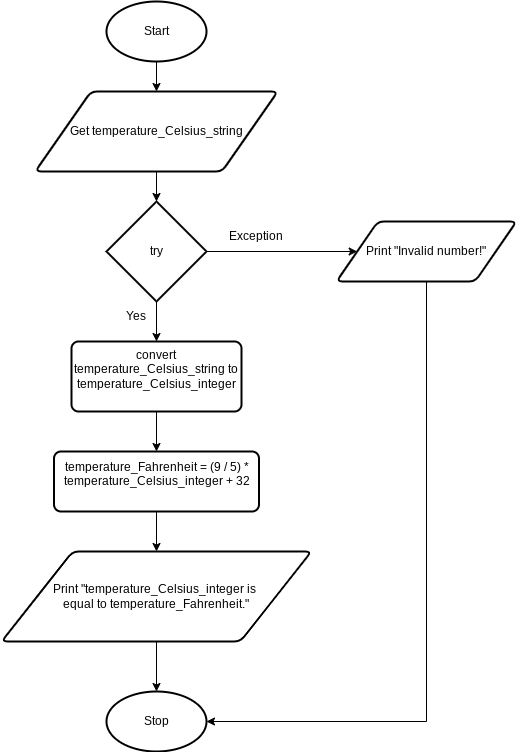
The draw.io diagram design.temperature.flowchart.png in Yiyun-Qin/ICS3U-Unit5-01-Python, before a commit. Source tidied: cells renumbered, new cells last; positions are measured from the earlier drawing's top-left corner, leaving out a move shared by most shapes.
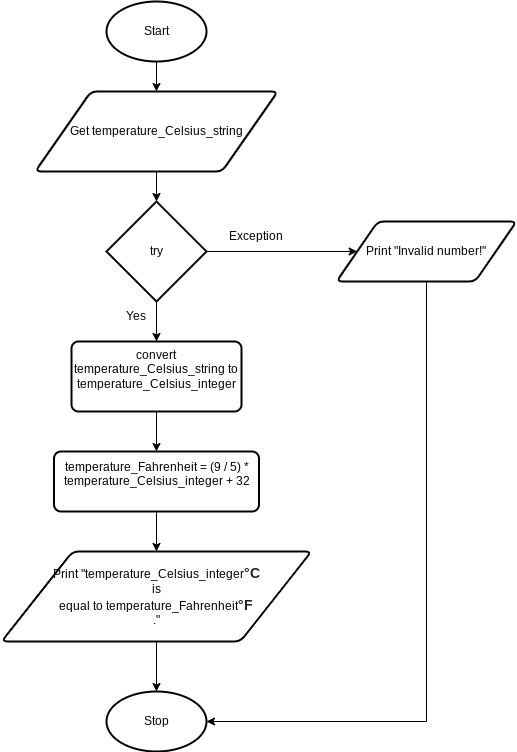
After the change.

Change to the diagram source:
```diff
@@ -47,7 +47,7 @@
     <mxCell id="16" style="edgeStyle=orthogonalEdgeStyle;rounded=0;html=1;exitX=0.5;exitY=1;exitDx=0;exitDy=0;entryX=0.5;entryY=0;entryDx=0;entryDy=0;entryPerimeter=0;" parent="1" edge="1" source="17" target="6">
       <mxGeometry relative="1" as="geometry" />
     </mxCell>
-    <mxCell id="17" value="Print &quot;temperature_Celsius_integer is &lt;br&gt;equal to temperature_Fahrenheit.&quot;" style="shape=parallelogram;html=1;strokeWidth=2;perimeter=parallelogramPerimeter;whiteSpace=wrap;rounded=1;arcSize=12;size=0.23;" parent="1" vertex="1">
+    <mxCell id="17" value="Print &quot;temperature_Celsius_integer&lt;b style=&quot;color: rgb(32 , 33 , 36) ; font-family: &amp;#34;arial&amp;#34; , sans-serif ; font-size: 14px ; text-align: left ; background-color: rgb(255 , 255 , 255)&quot;&gt;°C&lt;/b&gt;&lt;br&gt;&amp;nbsp;is &lt;br&gt;equal to temperature_Fahrenheit&lt;b style=&quot;color: rgb(32 , 33 , 36) ; font-family: &amp;#34;arial&amp;#34; , sans-serif ; font-size: 14px ; text-align: left ; background-color: rgb(255 , 255 , 255)&quot;&gt;°F&lt;/b&gt;&lt;br&gt;.&quot;" style="shape=parallelogram;html=1;strokeWidth=2;perimeter=parallelogramPerimeter;whiteSpace=wrap;rounded=1;arcSize=12;size=0.23;" parent="1" vertex="1">
       <mxGeometry y="550" width="310" height="90" as="geometry" />
     </mxCell>
     <mxCell id="18" value="Yes" style="text;html=1;strokeColor=none;fillColor=none;align=center;verticalAlign=middle;whiteSpace=wrap;rounded=0;" parent="1" vertex="1">
```
